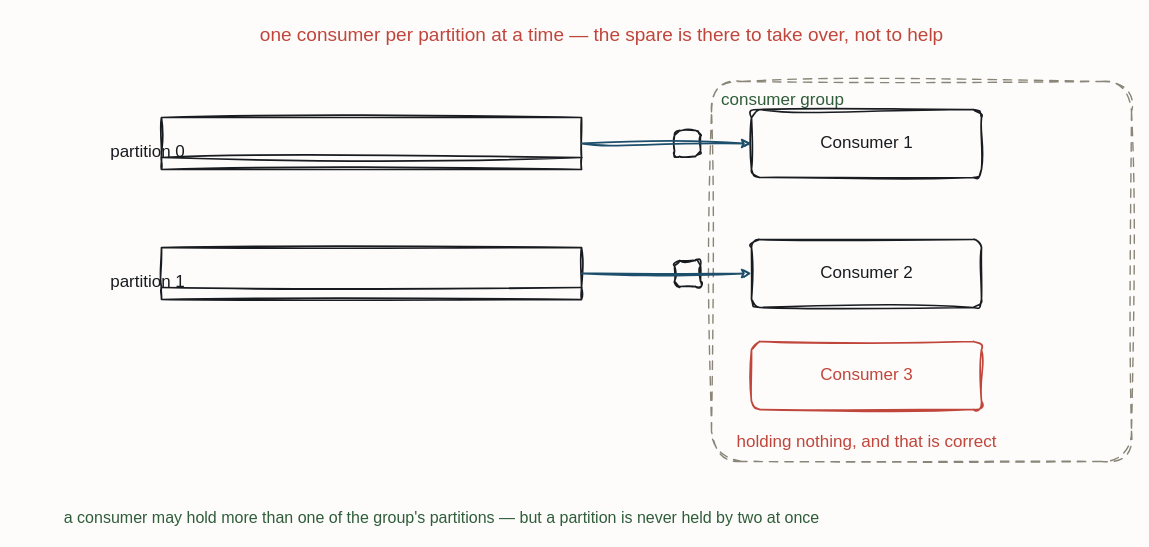
Above: resources/qs-stream-consumer-groups.drawio in iancooper/practical-messaging (draw.io), before the change. Source tidied: cells renumbered, new cells numbered last; positions are measured from the earlier drawing's top-left corner, leaving out a move shared by most shapes. Both pictures are drawn from the tidied source at 100%, with x=0, y=0 at pixel (87, 17).
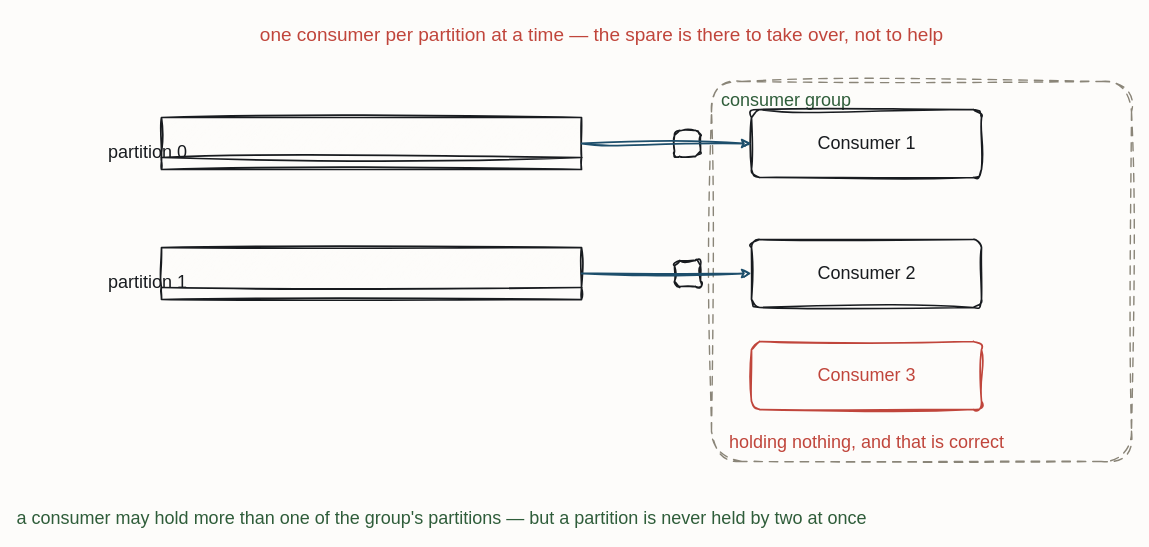
The same diagram, later.

The edit, as a diff of the source:
```diff
@@
 <mxGraphModel background="#FDFCFA">
   <root>
     <mxCell id="0" />
     <mxCell id="1" parent="0" />
-    <mxCell id="2" value="consumer group" style="sketch=1;hachureGap=4;jiggle=2;curveFitting=1;fontFamily=Caveat;html=1;rounded=1;arcSize=8;verticalAlign=top;align=left;spacingLeft=8;spacingTop=2;fillColor=none;strokeColor=#8A8578;strokeWidth=1.4;fontColor=#2F5D3A;fontSize=17;dashed=1;dashPattern=6 5;" parent="1" vertex="1">
+    <mxCell id="2" value="consumer group" style="sketch=1;hachureGap=4;jiggle=2;curveFitting=1;fontFamily=Caveat;html=1;rounded=1;arcSize=8;verticalAlign=top;align=left;spacingLeft=8;spacingTop=2;fillColor=none;strokeColor=#8A8578;strokeWidth=1.4;fontColor=#2F5D3A;fontSize=18;dashed=1;dashPattern=6 5;" parent="1" vertex="1">
       <mxGeometry x="624" y="64" width="420" height="380" as="geometry" />
     </mxCell>
     <mxCell id="3" value="one consumer per partition at a time — the spare is there to take over, not to help" style="text;html=1;align=center;fontFamily=Caveat;fontSize=19;fontColor=#C0453B;" parent="1" vertex="1">
       <mxGeometry x="454" width="120" height="20" as="geometry" />
     </mxCell>
     <mxCell id="4" style="sketch=1;hachureGap=4;jiggle=2;curveFitting=1;fontFamily=Caveat;html=1;shape=table;childLayout=tableLayout;verticalLabelPosition=bottom;verticalAlign=top;strokeColor=#181B1F;strokeWidth=1.7;fillColor=#FDFCFA;fontColor=#181B1F;fontSize=17;" parent="1" vertex="1">
       <mxGeometry x="74" y="100" width="420" height="52" as="geometry" />
     </mxCell>
-    <mxCell id="5" value="partition 0" style="text;html=1;align=center;fontFamily=Caveat;fontSize=17;fontColor=#181B1F;" parent="1" vertex="1">
+    <mxCell id="5" value="partition 0" style="text;html=1;align=center;fontFamily=Caveat;fontSize=18;fontColor=#181B1F;" parent="1" vertex="1">
       <mxGeometry y="118" width="120" height="20" as="geometry" />
     </mxCell>
-    <mxCell id="6" value="Consumer 1" style="sketch=1;hachureGap=4;jiggle=2;curveFitting=1;fontFamily=Caveat;html=1;rounded=1;arcSize=12;strokeColor=#181B1F;strokeWidth=1.7;fillColor=none;fontColor=#181B1F;fontSize=17;" parent="1" vertex="1">
+    <mxCell id="6" value="Consumer 1" style="sketch=1;hachureGap=4;jiggle=2;curveFitting=1;fontFamily=Caveat;html=1;rounded=1;arcSize=12;strokeColor=#181B1F;strokeWidth=1.7;fillColor=none;fontColor=#181B1F;fontSize=18;" parent="1" vertex="1">
       <mxGeometry x="664" y="92" width="230" height="68" as="geometry" />
     </mxCell>
     <mxCell id="7" style="sketch=1;hachureGap=4;jiggle=2;curveFitting=1;fontFamily=Caveat;html=1;rounded=1;arcSize=20;verticalLabelPosition=bottom;verticalAlign=top;strokeColor=#181B1F;strokeWidth=1.7;fillColor=#FDFCFA;fontColor=#181B1F;fontSize=12;" parent="1" vertex="1">
       <mxGeometry x="587" y="113" width="26" height="26" as="geometry" />
     </mxCell>
     <mxCell id="8" style="sketch=1;hachureGap=4;jiggle=2;curveFitting=1;fontFamily=Caveat;html=1;shape=table;childLayout=tableLayout;verticalLabelPosition=bottom;verticalAlign=top;strokeColor=#181B1F;strokeWidth=1.7;fillColor=#FDFCFA;fontColor=#181B1F;fontSize=17;" parent="1" vertex="1">
       <mxGeometry x="74" y="230" width="420" height="52" as="geometry" />
     </mxCell>
-    <mxCell id="9" value="partition 1" style="text;html=1;align=center;fontFamily=Caveat;fontSize=17;fontColor=#181B1F;" parent="1" vertex="1">
+    <mxCell id="9" value="partition 1" style="text;html=1;align=center;fontFamily=Caveat;fontSize=18;fontColor=#181B1F;" parent="1" vertex="1">
       <mxGeometry y="248" width="120" height="20" as="geometry" />
     </mxCell>
-    <mxCell id="10" value="Consumer 2" style="sketch=1;hachureGap=4;jiggle=2;curveFitting=1;fontFamily=Caveat;html=1;rounded=1;arcSize=12;strokeColor=#181B1F;strokeWidth=1.7;fillColor=none;fontColor=#181B1F;fontSize=17;" parent="1" vertex="1">
+    <mxCell id="10" value="Consumer 2" style="sketch=1;hachureGap=4;jiggle=2;curveFitting=1;fontFamily=Caveat;html=1;rounded=1;arcSize=12;strokeColor=#181B1F;strokeWidth=1.7;fillColor=none;fontColor=#181B1F;fontSize=18;" parent="1" vertex="1">
       <mxGeometry x="664" y="222" width="230" height="68" as="geometry" />
     </mxCell>
     <mxCell id="11" style="sketch=1;hachureGap=4;jiggle=2;curveFitting=1;fontFamily=Caveat;html=1;rounded=1;arcSize=20;verticalLabelPosition=bottom;verticalAlign=top;strokeColor=#181B1F;strokeWidth=1.7;fillColor=#FDFCFA;fontColor=#181B1F;fontSize=12;" parent="1" vertex="1">
       <mxGeometry x="587" y="243" width="26" height="26" as="geometry" />
     </mxCell>
-    <mxCell id="12" value="Consumer 3" style="sketch=1;hachureGap=4;jiggle=2;curveFitting=1;fontFamily=Caveat;html=1;rounded=1;arcSize=12;strokeColor=#C0453B;strokeWidth=1.7;fillColor=none;fontColor=#C0453B;fontSize=17;" parent="1" vertex="1">
+    <mxCell id="12" value="Consumer 3" style="sketch=1;hachureGap=4;jiggle=2;curveFitting=1;fontFamily=Caveat;html=1;rounded=1;arcSize=12;strokeColor=#C0453B;strokeWidth=1.7;fillColor=none;fontColor=#C0453B;fontSize=18;" parent="1" vertex="1">
       <mxGeometry x="664" y="324" width="230" height="68" as="geometry" />
     </mxCell>
-    <mxCell id="13" value="holding nothing, and that is correct" style="text;html=1;align=center;fontFamily=Caveat;fontSize=17;fontColor=#C0453B;" parent="1" vertex="1">
+    <mxCell id="13" value="holding nothing, and that is correct" style="text;html=1;align=center;fontFamily=Caveat;fontSize=18;fontColor=#C0453B;" parent="1" vertex="1">
       <mxGeometry x="719" y="408" width="120" height="20" as="geometry" />
     </mxCell>
-    <mxCell id="14" value="a consumer may hold more than one of the group's partitions — but a partition is never held by two at once" style="text;html=1;align=center;fontFamily=Caveat;fontSize=16;fontColor=#2F5D3A;" parent="1" vertex="1">
+    <mxCell id="14" value="a consumer may hold more than one of the group's partitions — but a partition is never held by two at once" style="text;html=1;align=center;fontFamily=Caveat;fontSize=18;fontColor=#2F5D3A;" parent="1" vertex="1">
       <mxGeometry x="294" y="484" width="120" height="20" as="geometry" />
     </mxCell>
-    <mxCell id="15" style="sketch=1;jiggle=2;curveFitting=1;edgeStyle=none;rounded=0;strokeColor=#1D4E6B;strokeWidth=1.8;fontFamily=Caveat;fontSize=17;fontColor=#1D4E6B;html=1;exitX=1.0;exitY=0.5;exitDx=0;exitDy=0;entryX=0.0;entryY=0.5;entryDx=0;entryDy=0;" parent="1" edge="1" source="4" target="6">
+    <mxCell id="15" style="sketch=1;jiggle=2;curveFitting=1;edgeStyle=none;rounded=0;strokeColor=#1D4E6B;strokeWidth=1.8;fontFamily=Caveat;fontSize=18;fontColor=#1D4E6B;html=1;exitX=1.0;exitY=0.5;exitDx=0;exitDy=0;entryX=0.0;entryY=0.5;entryDx=0;entryDy=0;" parent="1" edge="1" source="4" target="6">
       <mxGeometry relative="1" as="geometry" />
     </mxCell>
-    <mxCell id="16" style="sketch=1;jiggle=2;curveFitting=1;edgeStyle=none;rounded=0;strokeColor=#1D4E6B;strokeWidth=1.8;fontFamily=Caveat;fontSize=17;fontColor=#1D4E6B;html=1;exitX=1.0;exitY=0.5;exitDx=0;exitDy=0;entryX=0.0;entryY=0.5;entryDx=0;entryDy=0;" parent="1" edge="1" source="8" target="10">
+    <mxCell id="16" style="sketch=1;jiggle=2;curveFitting=1;edgeStyle=none;rounded=0;strokeColor=#1D4E6B;strokeWidth=1.8;fontFamily=Caveat;fontSize=18;fontColor=#1D4E6B;html=1;exitX=1.0;exitY=0.5;exitDx=0;exitDy=0;entryX=0.0;entryY=0.5;entryDx=0;entryDy=0;" parent="1" edge="1" source="8" target="10">
       <mxGeometry relative="1" as="geometry" />
     </mxCell>
   </root>
 </mxGraphModel>
```
